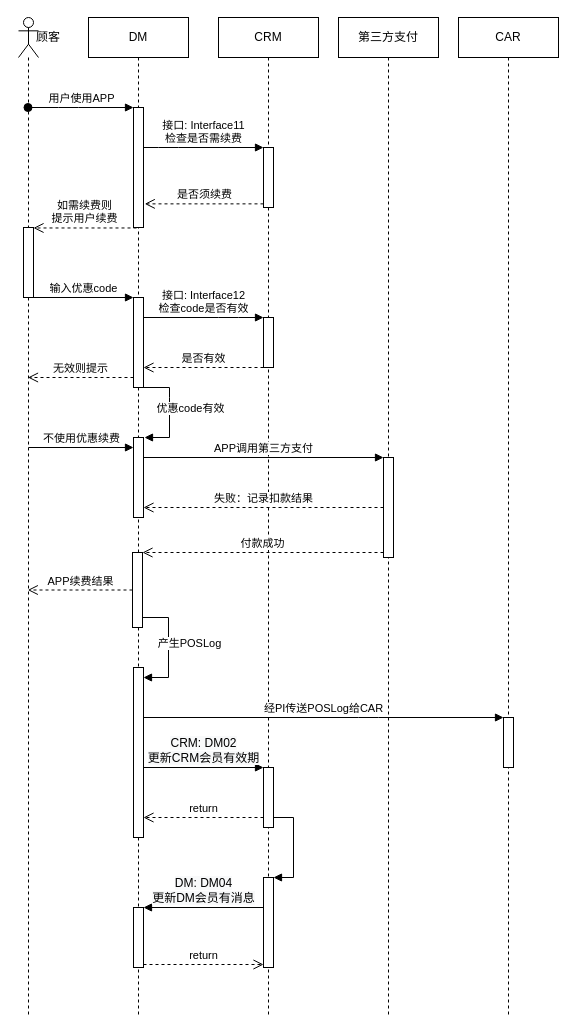
This is page "手动续费" (3 of 11) of DM系统对接.drawio from luss613/draw.io, a draw.io file, before an edit. Source tidied: cells renumbered, new cells numbered last; positions are measured from the earlier drawing's top-left corner, leaving out a move shared by most shapes. Both pictures are drawn from the tidied source at 100%, with x=0, y=0 at pixel (18, 17).
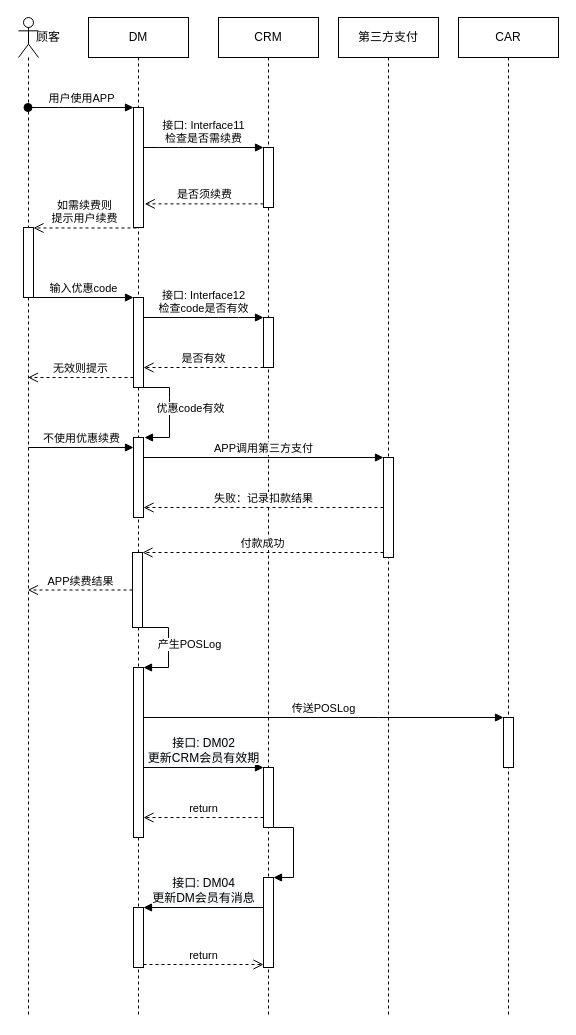
The same diagram, later.

The change refers to these unchanged cells:
```xml
<mxCell id="2" value="CRM" style="shape=umlLifeline;perimeter=lifelinePerimeter;whiteSpace=wrap;html=1;" parent="1" vertex="1">
  <mxGeometry x="200" width="100" height="1000" as="geometry" />
</mxCell>
<mxCell id="4" style="html=1;points=[];perimeter=orthogonalPerimeter;" parent="2" vertex="1">
  <mxGeometry x="45" y="750" width="10" height="60" as="geometry" />
</mxCell>
<mxCell id="5" style="html=1;points=[];perimeter=orthogonalPerimeter;" parent="2" vertex="1">
  <mxGeometry x="45" y="860" width="10" height="90" as="geometry" />
</mxCell>
<mxCell id="11" value="DM" style="shape=umlLifeline;perimeter=lifelinePerimeter;whiteSpace=wrap;html=1;" parent="1" vertex="1">
  <mxGeometry x="70" width="100" height="1000" as="geometry" />
</mxCell>
<mxCell id="13" style="html=1;points=[];perimeter=orthogonalPerimeter;" parent="11" vertex="1">
  <mxGeometry x="45" y="650" width="10" height="170" as="geometry" />
</mxCell>
<mxCell id="14" style="html=1;points=[];perimeter=orthogonalPerimeter;" parent="11" vertex="1">
  <mxGeometry x="44" y="535" width="10" height="75" as="geometry" />
</mxCell>
<mxCell id="17" style="html=1;points=[];perimeter=orthogonalPerimeter;" parent="11" vertex="1">
  <mxGeometry x="45" y="890" width="10" height="60" as="geometry" />
</mxCell>
<mxCell id="22" style="html=1;points=[];perimeter=orthogonalPerimeter;" parent="21" vertex="1">
  <mxGeometry x="45" y="700" width="10" height="50" as="geometry" />
</mxCell>
```

What changed in the source:
```diff
@@
     <mxCell id="6" style="edgeStyle=orthogonalEdgeStyle;html=1;align=left;spacingLeft=2;endArrow=block;rounded=0;entryX=1;entryY=0;" parent="2" edge="1" source="4" target="5">
       <mxGeometry relative="1" as="geometry">
         <Array as="points">
-          <mxPoint x="75" y="800" />
+          <mxPoint x="75" y="810" />
           <mxPoint x="75" y="860" />
         </Array>
       </mxGeometry>
     </mxCell>
@@
     <mxCell id="15" style="html=1;verticalAlign=bottom;endArrow=block;rounded=0;" parent="11" edge="1" source="14" target="13">
       <mxGeometry relative="1" as="geometry">
         <Array as="points">
-          <mxPoint x="80" y="600" />
-          <mxPoint x="80" y="660" />
+          <mxPoint x="80" y="610" />
+          <mxPoint x="80" y="650" />
         </Array>
       </mxGeometry>
     </mxCell>
@@
-    <mxCell id="35" value="经PI传送POSLog给CAR" style="html=1;verticalAlign=bottom;endArrow=block;" parent="1" edge="1" source="13" target="22">
+    <mxCell id="35" value="传送POSLog" style="html=1;verticalAlign=bottom;endArrow=block;" parent="1" edge="1" source="13" target="22">
       <mxGeometry relative="1" as="geometry">
         <Array as="points">
           <mxPoint x="350" y="700" />
         </Array>
       </mxGeometry>
     </mxCell>
-    <mxCell id="36" value="&lt;span style=&quot;font-size: 12px ; background-color: rgb(248 , 249 , 250)&quot;&gt;CRM: DM02&lt;/span&gt;&lt;br style=&quot;font-size: 12px ; background-color: rgb(248 , 249 , 250)&quot;&gt;&lt;span style=&quot;font-size: 12px ; background-color: rgb(248 , 249 , 250)&quot;&gt;更新CRM会员有效期&lt;/span&gt;" style="html=1;verticalAlign=bottom;endArrow=block;entryX=0;entryY=0;" parent="1" edge="1" source="13" target="4">
+    <mxCell id="36" value="&lt;span style=&quot;font-size: 12px ; background-color: rgb(248 , 249 , 250)&quot;&gt;接口: DM02&lt;/span&gt;&lt;br style=&quot;font-size: 12px ; background-color: rgb(248 , 249 , 250)&quot;&gt;&lt;span style=&quot;font-size: 12px ; background-color: rgb(248 , 249 , 250)&quot;&gt;更新CRM会员有效期&lt;/span&gt;" style="html=1;verticalAlign=bottom;endArrow=block;entryX=0;entryY=0;" parent="1" edge="1" source="13" target="4">
       <mxGeometry relative="1" as="geometry" />
     </mxCell>
@@
-    <mxCell id="39" value="&lt;span style=&quot;font-size: 12px ; background-color: rgb(248 , 249 , 250)&quot;&gt;DM: DM04&lt;/span&gt;&lt;br style=&quot;font-size: 12px ; background-color: rgb(248 , 249 , 250)&quot;&gt;&lt;span style=&quot;font-size: 12px ; background-color: rgb(248 , 249 , 250)&quot;&gt;更新DM会员有消息&lt;/span&gt;" style="html=1;verticalAlign=bottom;endArrow=block;entryX=1;entryY=0;" parent="1" edge="1" source="5" target="17">
+    <mxCell id="39" value="&lt;span style=&quot;font-size: 12px ; background-color: rgb(248 , 249 , 250)&quot;&gt;接口: DM04&lt;/span&gt;&lt;br style=&quot;font-size: 12px ; background-color: rgb(248 , 249 , 250)&quot;&gt;&lt;span style=&quot;font-size: 12px ; background-color: rgb(248 , 249 , 250)&quot;&gt;更新DM会员有消息&lt;/span&gt;" style="html=1;verticalAlign=bottom;endArrow=block;entryX=1;entryY=0;" parent="1" edge="1" source="5" target="17">
       <mxGeometry relative="1" as="geometry" />
     </mxCell>
```
